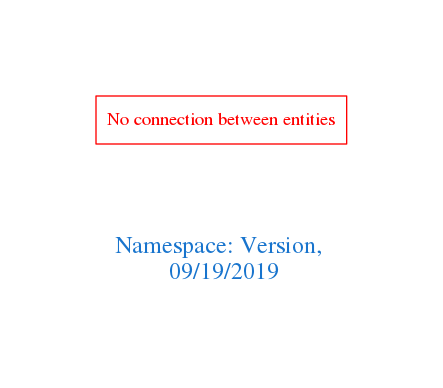
Before: downloads/Version.png, a diagram exported from Graphviz (arago/OGIT). Its source is kept beside it as downloads/Version.dot.
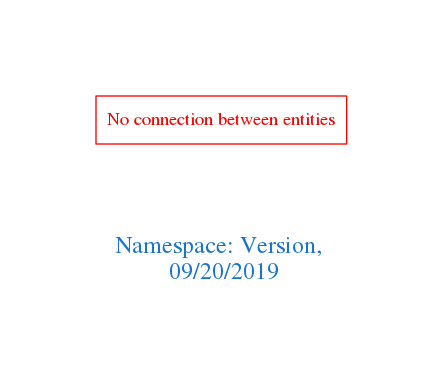
Later version of the same file.

Change to the diagram source:
```diff
@@ -1,7 +1,7 @@
 digraph OGIT_ontology {
  graph [ rankdir= LR,pad=1
 fontsize = 18,
-fontcolor= dodgerblue3,label = "\n\n\nNamespace: Version, \n 09/19/2019"];
+fontcolor= dodgerblue3,label = "\n\n\nNamespace: Version, \n 09/20/2019"];
 node[shape=polygon];
 edge [  color="gray81"];
 
```
